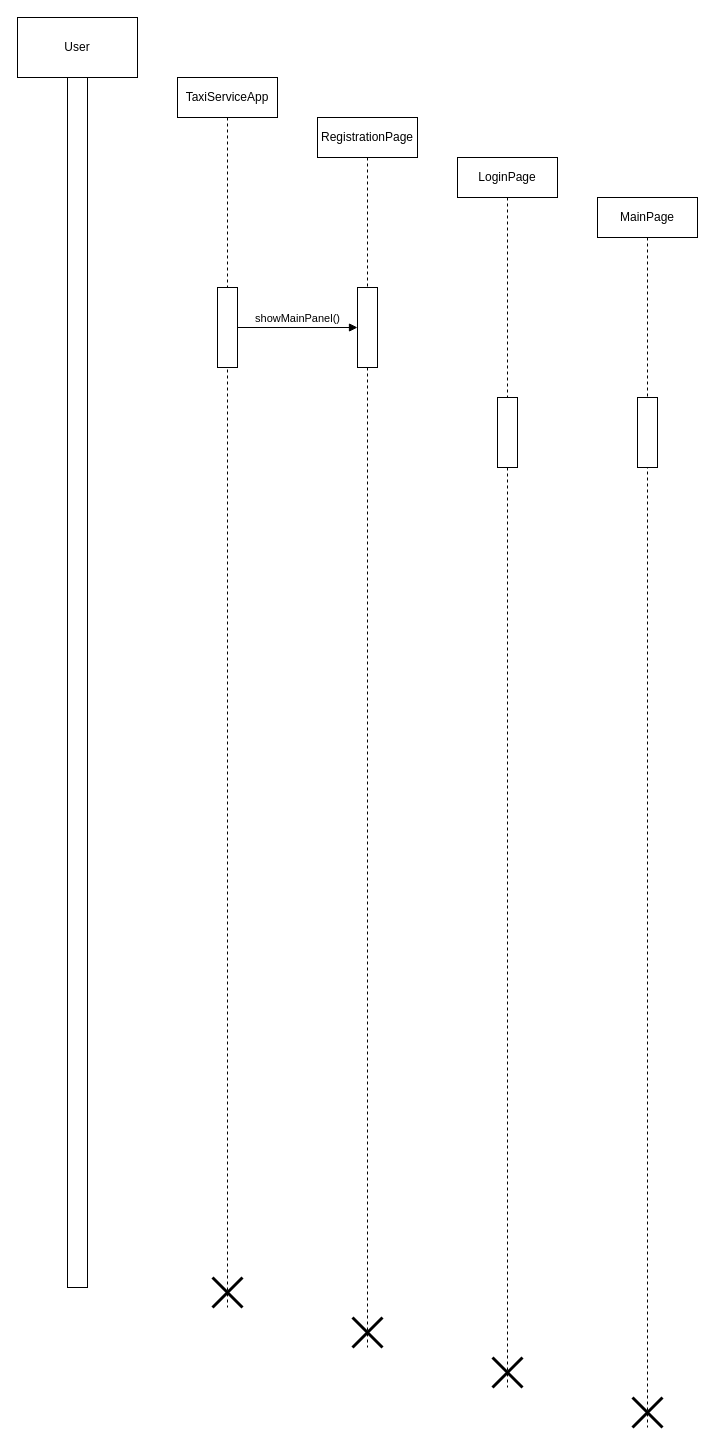
This is ActionDia.drawio from hard-gainer/UML, a draw.io file, before an edit. Source tidied: cells renumbered, new cells numbered last; positions are measured from the earlier drawing's top-left corner, leaving out a move shared by most shapes. Both pictures are drawn from the tidied source at 100%, with x=0, y=0 at pixel (17, 17).
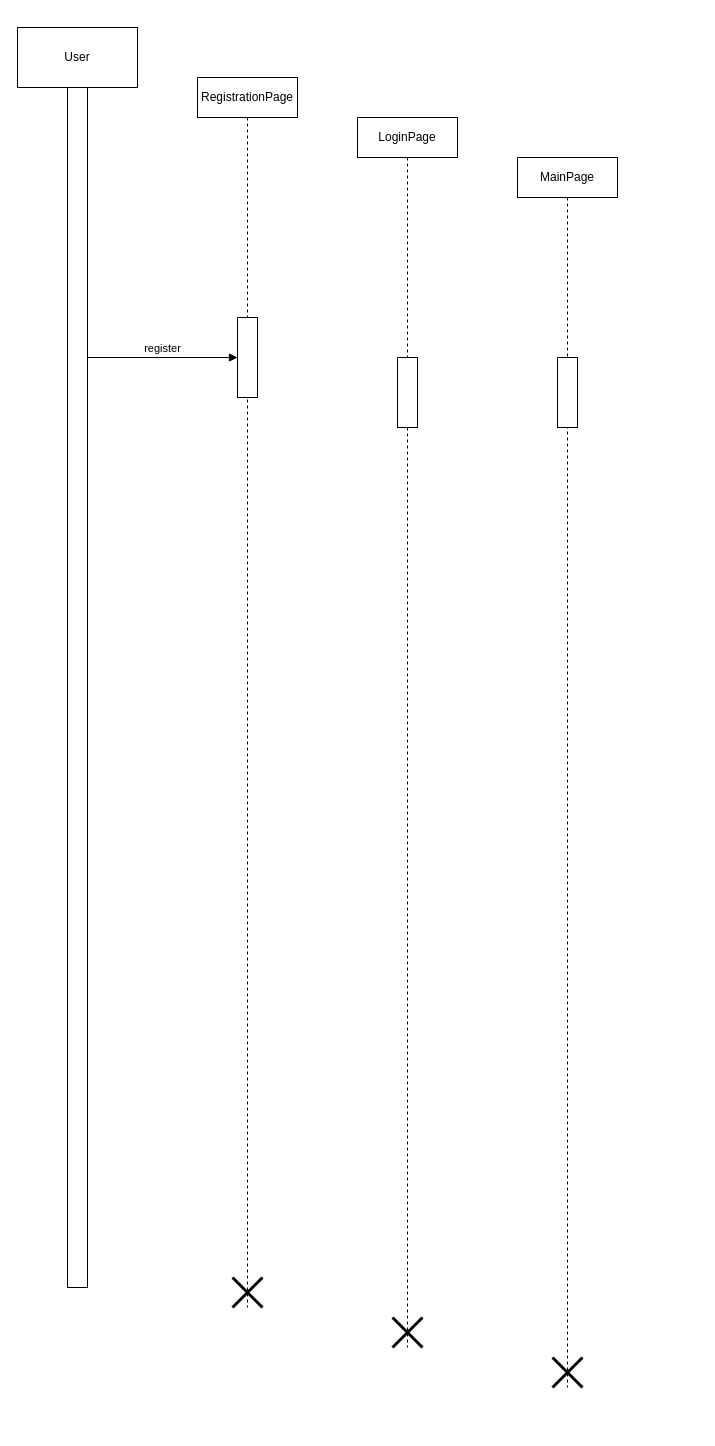
After the change.

Diff of the diagram source:
```diff
@@
 <mxGraphModel>
   <root>
     <mxCell id="0" />
     <mxCell id="1" parent="0" />
     <mxCell id="2" style="endArrow=none;dashed=1;html=1;rounded=0;" parent="1" edge="1">
       <mxGeometry relative="1" as="geometry">
         <mxPoint x="480" y="160" as="sourcePoint" />
         <mxPoint x="480" y="160" as="targetPoint" />
       </mxGeometry>
     </mxCell>
-    <mxCell id="3" value="TaxiServiceApp" style="shape=umlLifeline;perimeter=lifelinePerimeter;whiteSpace=wrap;html=1;newEdgeStyle={&quot;edgeStyle&quot;:&quot;elbowEdgeStyle&quot;,&quot;elbow&quot;:&quot;vertical&quot;,&quot;curved&quot;:0,&quot;rounded&quot;:0};" parent="1" vertex="1">
-      <mxGeometry x="160" y="60" width="100" height="1230" as="geometry" />
-    </mxCell>
-    <mxCell id="4" style="html=1;points=[[0,0,0,0,5],[0,1,0,0,-5],[1,0,0,0,5],[1,1,0,0,-5]];perimeter=orthogonalPerimeter;outlineConnect=0;targetShapes=umlLifeline;portConstraint=eastwest;newEdgeStyle={&quot;curved&quot;:0,&quot;rounded&quot;:0};" parent="3" vertex="1">
-      <mxGeometry x="40" y="210" width="20" height="80" as="geometry" />
-    </mxCell>
-    <mxCell id="5" style="shape=umlDestroy;whiteSpace=wrap;html=1;strokeWidth=3;targetShapes=umlLifeline;" parent="3" vertex="1">
-      <mxGeometry x="35" y="1200" width="30" height="30" as="geometry" />
-    </mxCell>
     <mxCell id="6" value="RegistrationPage" style="shape=umlLifeline;perimeter=lifelinePerimeter;whiteSpace=wrap;html=1;newEdgeStyle={&quot;edgeStyle&quot;:&quot;elbowEdgeStyle&quot;,&quot;elbow&quot;:&quot;vertical&quot;,&quot;curved&quot;:0,&quot;rounded&quot;:0};" parent="1" vertex="1">
-      <mxGeometry x="300" y="100" width="100" height="1230" as="geometry" />
+      <mxGeometry x="180" y="60" width="100" height="1230" as="geometry" />
     </mxCell>
     <mxCell id="7" style="html=1;points=[[0,0,0,0,5],[0,1,0,0,-5],[1,0,0,0,5],[1,1,0,0,-5]];perimeter=orthogonalPerimeter;outlineConnect=0;targetShapes=umlLifeline;portConstraint=eastwest;newEdgeStyle={&quot;curved&quot;:0,&quot;rounded&quot;:0};" parent="6" vertex="1">
-      <mxGeometry x="40" y="170" width="20" height="80" as="geometry" />
+      <mxGeometry x="40" y="240" width="20" height="80" as="geometry" />
     </mxCell>
     <mxCell id="8" style="shape=umlDestroy;whiteSpace=wrap;html=1;strokeWidth=3;targetShapes=umlLifeline;" parent="6" vertex="1">
       <mxGeometry x="35" y="1200" width="30" height="30" as="geometry" />
     </mxCell>
     <mxCell id="9" value="LoginPage" style="shape=umlLifeline;perimeter=lifelinePerimeter;whiteSpace=wrap;html=1;newEdgeStyle={&quot;edgeStyle&quot;:&quot;elbowEdgeStyle&quot;,&quot;elbow&quot;:&quot;vertical&quot;,&quot;curved&quot;:0,&quot;rounded&quot;:0};" parent="1" vertex="1">
-      <mxGeometry x="440" y="140" width="100" height="1230" as="geometry" />
+      <mxGeometry x="340" y="100" width="100" height="1230" as="geometry" />
     </mxCell>
     <mxCell id="10" style="html=1;perimeter=orthogonalPerimeter;targetShapes=umlLifeline;newEdgeStyle={&quot;curved&quot;:0,&quot;rounded&quot;:0};" parent="9" vertex="1">
       <mxGeometry x="40" y="240" width="20" height="70" as="geometry" />
     </mxCell>
     <mxCell id="11" style="shape=umlDestroy;whiteSpace=wrap;html=1;strokeWidth=3;targetShapes=umlLifeline;" parent="9" vertex="1">
       <mxGeometry x="35" y="1200" width="30" height="30" as="geometry" />
     </mxCell>
     <mxCell id="12" value="MainPage" style="shape=umlLifeline;perimeter=lifelinePerimeter;whiteSpace=wrap;html=1;newEdgeStyle={&quot;edgeStyle&quot;:&quot;elbowEdgeStyle&quot;,&quot;elbow&quot;:&quot;vertical&quot;,&quot;curved&quot;:0,&quot;rounded&quot;:0};" parent="1" vertex="1">
-      <mxGeometry x="580" y="180" width="100" height="1230" as="geometry" />
+      <mxGeometry x="500" y="140" width="100" height="1230" as="geometry" />
     </mxCell>
     <mxCell id="13" style="html=1;perimeter=orthogonalPerimeter;targetShapes=umlLifeline;newEdgeStyle={&quot;curved&quot;:0,&quot;rounded&quot;:0};" parent="12" vertex="1">
       <mxGeometry x="40" y="200" width="20" height="70" as="geometry" />
     </mxCell>
     <mxCell id="14" style="shape=umlDestroy;whiteSpace=wrap;html=1;strokeWidth=3;targetShapes=umlLifeline;" parent="12" vertex="1">
       <mxGeometry x="35" y="1200" width="30" height="30" as="geometry" />
     </mxCell>
-    <mxCell id="15" value="showMainPanel()" style="html=1;verticalAlign=bottom;endArrow=block;curved=0;rounded=0;" parent="1" edge="1" source="4" target="7">
-      <mxGeometry relative="1" as="geometry" />
-    </mxCell>
     <mxCell id="16" style="html=1;perimeter=orthogonalPerimeter;targetShapes=umlLifeline;newEdgeStyle={&quot;curved&quot;:0,&quot;rounded&quot;:0};" parent="1" vertex="1">
       <mxGeometry x="50" y="60" width="20" height="1210" as="geometry" />
     </mxCell>
     <mxCell id="17" value="User" style="rounded=0;whiteSpace=wrap;html=1;" parent="1" vertex="1">
-      <mxGeometry width="120" height="60" as="geometry" />
+      <mxGeometry y="10" width="120" height="60" as="geometry" />
     </mxCell>
+    <mxCell id="18" value="register" style="html=1;verticalAlign=bottom;endArrow=block;curved=0;rounded=0;" parent="1" edge="1" target="7">
+      <mxGeometry relative="1" as="geometry">
+        <mxPoint x="70" y="340" as="sourcePoint" />
+      </mxGeometry>
+    </mxCell>
   </root>
 </mxGraphModel>
```
